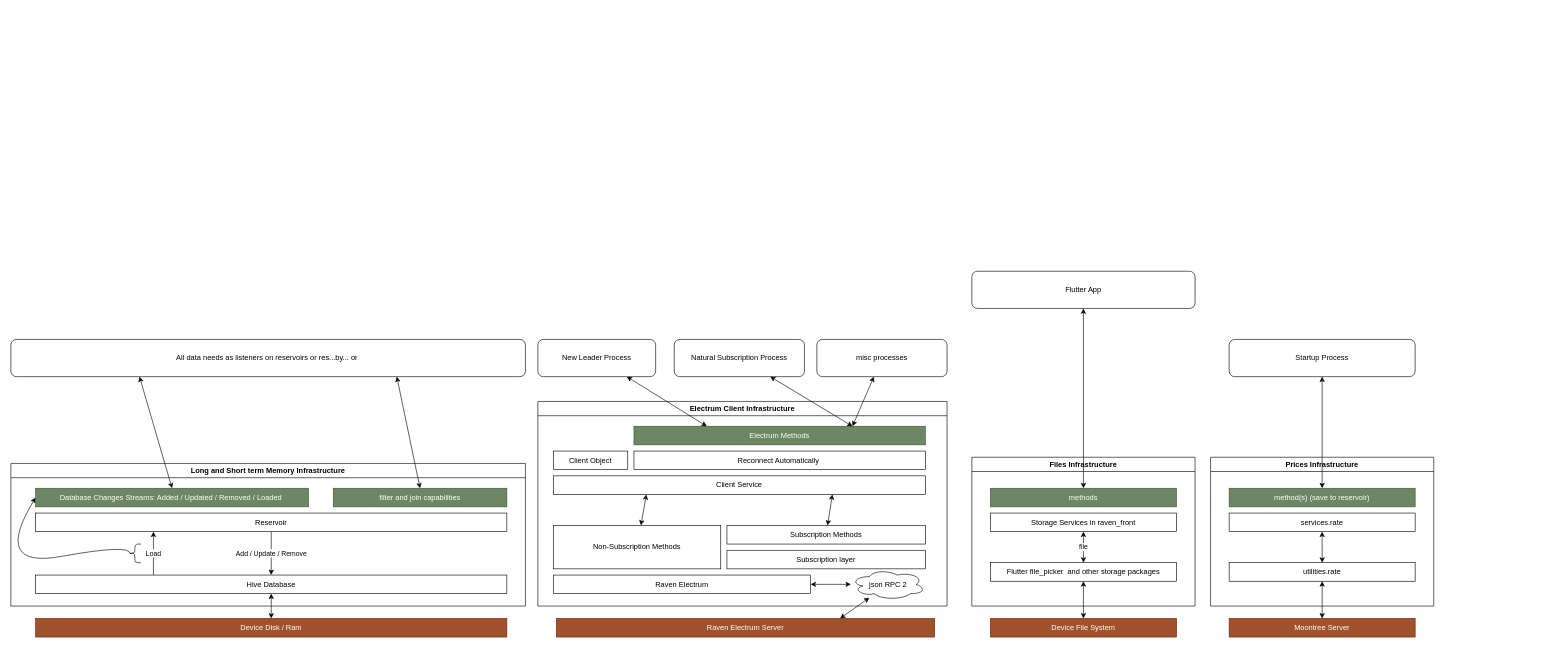
The draw.io diagram raven_back/docs/diagrams/architecture/infrastructure.drawio in moontreeapp/moontree, before the edit. Source tidied: cells renumbered, new cells numbered last; positions are measured from the earlier drawing's top-left corner, leaving out a move shared by most shapes. Both pictures are drawn from the tidied source at 62%, with x=0, y=0 at pixel (-8, 271).
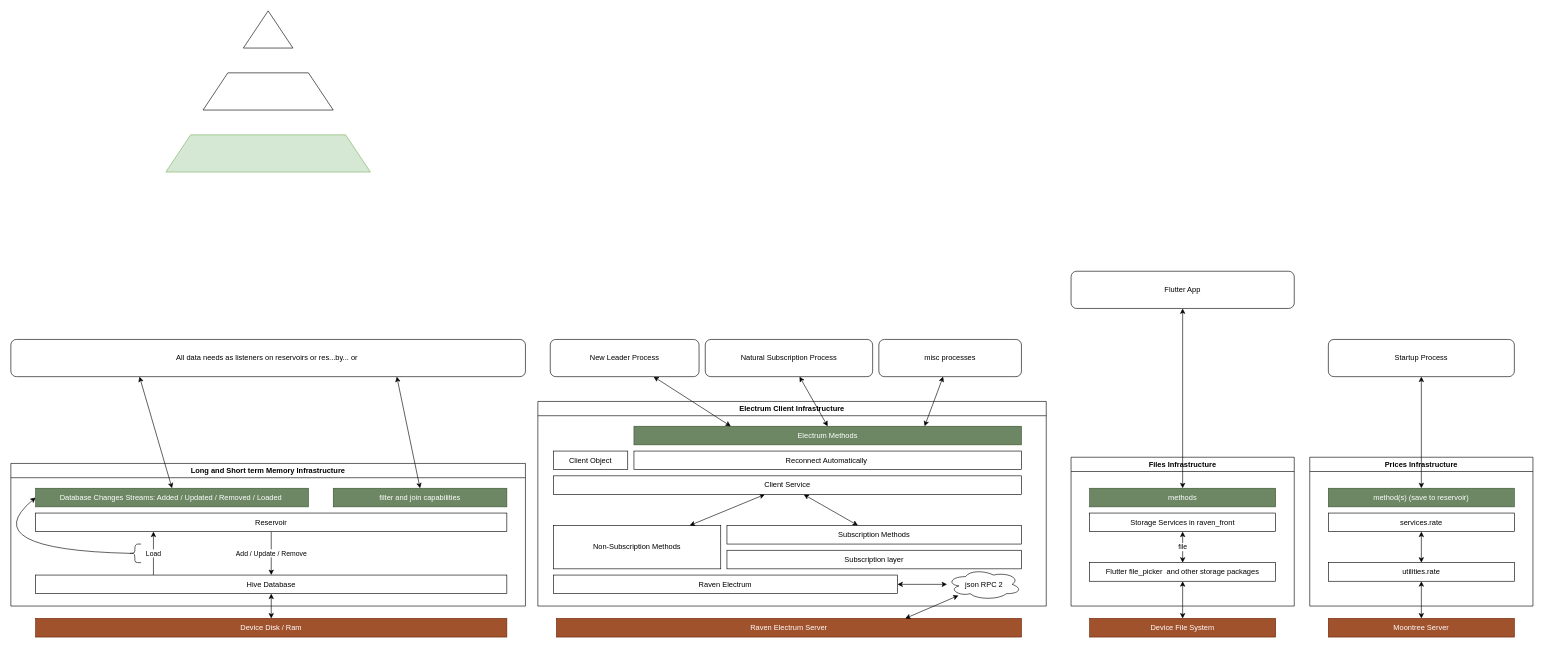
After the change.

The change refers to these unchanged cells:
```xml
<mxCell id="3" value="Long and Short term Memory Infrastructure" style="swimlane;" parent="1" vertex="1">
  <mxGeometry x="30" y="310" width="830" height="230" as="geometry" />
</mxCell>
<mxCell id="9" style="shape=curlyBracket;whiteSpace=wrap;html=1;rounded=1;" parent="3" vertex="1">
  <mxGeometry x="190" y="130" width="20" height="30" as="geometry" />
</mxCell>
<mxCell id="10" value="Database Changes Streams: Added / Updated / Removed / Loaded&amp;nbsp;" style="rounded=0;whiteSpace=wrap;html=1;fillColor=#6d8764;fontColor=#ffffff;strokeColor=#3A5431;" parent="3" vertex="1">
  <mxGeometry x="40" y="40" width="440" height="30" as="geometry" />
</mxCell>
<mxCell id="17" value="Non-Subscription Methods" style="rounded=0;whiteSpace=wrap;html=1;" parent="12" vertex="1">
  <mxGeometry x="25" y="200" width="270" height="70" as="geometry" />
</mxCell>
```

The edit, as a diff of the source:
```diff
@@
     <mxCell id="8" style="curved=1;endArrow=classic;html=1;entryX=0;entryY=0.5;entryDx=0;entryDy=0;exitX=0.1;exitY=0.5;exitDx=0;exitDy=0;exitPerimeter=0;" parent="3" edge="1" source="9" target="10">
       <mxGeometry relative="1" as="geometry">
         <Array as="points">
-          <mxPoint x="192" y="130" />
-          <mxPoint x="-30" y="170" />
+          <mxPoint x="-60" y="139" />
         </Array>
       </mxGeometry>
     </mxCell>
@@
     <mxCell id="12" value="Electrum Client Infrastructure" style="swimlane;" parent="1" vertex="1">
-      <mxGeometry x="880" y="210" width="660" height="330" as="geometry" />
+      <mxGeometry x="880" y="210" width="820" height="330" as="geometry" />
     </mxCell>
@@
     <mxCell id="14" value="Raven Electrum" style="rounded=0;whiteSpace=wrap;html=1;" parent="12" vertex="1">
-      <mxGeometry x="25" y="280" width="415" height="30" as="geometry" />
+      <mxGeometry x="25" y="280" width="555" height="30" as="geometry" />
     </mxCell>
     <mxCell id="15" value="json RPC 2" style="ellipse;shape=cloud;whiteSpace=wrap;html=1;" parent="12" vertex="1">
-      <mxGeometry x="505" y="270" width="120" height="50" as="geometry" />
+      <mxGeometry x="660" y="270" width="120" height="50" as="geometry" />
     </mxCell>
     <mxCell id="16" value="Subscription layer" style="rounded=0;whiteSpace=wrap;html=1;" parent="12" vertex="1">
-      <mxGeometry x="305" y="240" width="320" height="30" as="geometry" />
+      <mxGeometry x="305" y="240" width="475" height="30" as="geometry" />
     </mxCell>
@@
     <mxCell id="18" value="Subscription Methods" style="rounded=0;whiteSpace=wrap;html=1;" parent="12" vertex="1">
-      <mxGeometry x="305" y="200" width="320" height="30" as="geometry" />
+      <mxGeometry x="305" y="200" width="475" height="30" as="geometry" />
     </mxCell>
-    <mxCell id="19" style="edgeStyle=none;html=1;exitX=0.25;exitY=1;exitDx=0;exitDy=0;startArrow=classic;startFill=1;" parent="12" edge="1" source="21" target="17">
+    <mxCell id="19" style="edgeStyle=none;html=1;startArrow=classic;startFill=1;" parent="12" edge="1" source="21" target="17">
       <mxGeometry relative="1" as="geometry" />
     </mxCell>
-    <mxCell id="20" style="edgeStyle=none;html=1;exitX=0.75;exitY=1;exitDx=0;exitDy=0;startArrow=classic;startFill=1;" parent="12" edge="1" source="21" target="18">
+    <mxCell id="20" style="edgeStyle=none;html=1;startArrow=classic;startFill=1;" parent="12" edge="1" source="21" target="18">
       <mxGeometry relative="1" as="geometry" />
     </mxCell>
     <mxCell id="21" value="Client Service" style="rounded=0;whiteSpace=wrap;html=1;" parent="12" vertex="1">
-      <mxGeometry x="25" y="120" width="600" height="30" as="geometry" />
+      <mxGeometry x="25" y="120" width="755" height="30" as="geometry" />
     </mxCell>
@@
     <mxCell id="23" value="Reconnect Automatically&amp;nbsp;" style="rounded=0;whiteSpace=wrap;html=1;" parent="12" vertex="1">
-      <mxGeometry x="155" y="80" width="470" height="30" as="geometry" />
+      <mxGeometry x="155" y="80" width="625" height="30" as="geometry" />
     </mxCell>
     <mxCell id="24" value="Electrum Methods" style="rounded=0;whiteSpace=wrap;html=1;fillColor=#6d8764;fontColor=#ffffff;strokeColor=#3A5431;" parent="12" vertex="1">
-      <mxGeometry x="155" y="40" width="470" height="30" as="geometry" />
+      <mxGeometry x="155" y="40" width="625" height="30" as="geometry" />
     </mxCell>
     <mxCell id="25" value="Raven Electrum Server" style="rounded=0;whiteSpace=wrap;html=1;fillColor=#a0522d;fontColor=#ffffff;strokeColor=#6D1F00;" parent="1" vertex="1">
-      <mxGeometry x="910" y="560" width="610" height="30" as="geometry" />
+      <mxGeometry x="910" y="560" width="750" height="30" as="geometry" />
     </mxCell>
@@
-    <mxCell id="30" style="edgeStyle=none;html=1;startArrow=classic;startFill=1;exitX=0.75;exitY=0;exitDx=0;exitDy=0;" parent="1" edge="1" source="24" target="32">
+    <mxCell id="30" style="edgeStyle=none;html=1;startArrow=classic;startFill=1;exitX=0.5;exitY=0;exitDx=0;exitDy=0;" parent="1" edge="1" source="24" target="32">
       <mxGeometry relative="1" as="geometry" />
     </mxCell>
@@
     <mxCell id="32" value="Natural Subscription Process" style="rounded=1;whiteSpace=wrap;html=1;" parent="1" vertex="1">
-      <mxGeometry x="1100" y="110" width="210" height="60" as="geometry" />
+      <mxGeometry x="1150" y="110" width="270" height="60" as="geometry" />
     </mxCell>
     <mxCell id="33" value="New Leader Process" style="rounded=1;whiteSpace=wrap;html=1;" parent="1" vertex="1">
-      <mxGeometry x="880" y="110" width="190" height="60" as="geometry" />
+      <mxGeometry x="900" y="110" width="240" height="60" as="geometry" />
     </mxCell>
     <mxCell id="34" value="misc processes" style="rounded=1;whiteSpace=wrap;html=1;" parent="1" vertex="1">
-      <mxGeometry x="1330" y="110" width="210" height="60" as="geometry" />
+      <mxGeometry x="1430" y="110" width="230" height="60" as="geometry" />
     </mxCell>
@@
     <mxCell id="38" value="Files Infrastructure" style="swimlane;" parent="1" vertex="1">
-      <mxGeometry x="1580" y="300" width="360" height="240" as="geometry" />
+      <mxGeometry x="1740" y="300" width="360" height="240" as="geometry" />
     </mxCell>
@@
     <mxCell id="43" value="Device File System" style="rounded=0;whiteSpace=wrap;html=1;fillColor=#a0522d;fontColor=#ffffff;strokeColor=#6D1F00;" parent="1" vertex="1">
-      <mxGeometry x="1610" y="560" width="300" height="30" as="geometry" />
+      <mxGeometry x="1770" y="560" width="300" height="30" as="geometry" />
     </mxCell>
@@
     <mxCell id="45" value="Flutter App" style="rounded=1;whiteSpace=wrap;html=1;" parent="1" vertex="1">
-      <mxGeometry x="1580" width="360" height="60" as="geometry" />
+      <mxGeometry x="1740" width="360" height="60" as="geometry" />
     </mxCell>
     <mxCell id="46" value="Prices Infrastructure" style="swimlane;" parent="1" vertex="1">
-      <mxGeometry x="1965" y="300" width="360" height="240" as="geometry" />
+      <mxGeometry x="2125" y="300" width="360" height="240" as="geometry" />
     </mxCell>
@@
     <mxCell id="51" value="Moontree Server" style="rounded=0;whiteSpace=wrap;html=1;fillColor=#a0522d;fontColor=#ffffff;strokeColor=#6D1F00;" parent="1" vertex="1">
-      <mxGeometry x="1995" y="560" width="300" height="30" as="geometry" />
+      <mxGeometry x="2155" y="560" width="300" height="30" as="geometry" />
     </mxCell>
@@
     <mxCell id="53" value="Startup Process" style="rounded=1;whiteSpace=wrap;html=1;" parent="1" vertex="1">
-      <mxGeometry x="1995" y="110" width="300" height="60" as="geometry" />
+      <mxGeometry x="2155" y="110" width="300" height="60" as="geometry" />
     </mxCell>
@@
+    <mxCell id="55" style="triangle;whiteSpace=wrap;html=1;rotation=-90;" parent="1" vertex="1">
+      <mxGeometry x="415" y="-430" width="60" height="80" as="geometry" />
+    </mxCell>
+    <mxCell id="56" style="shape=trapezoid;perimeter=trapezoidPerimeter;whiteSpace=wrap;html=1;fixedSize=1;size=40;" parent="1" vertex="1">
+      <mxGeometry x="340" y="-320" width="210" height="60" as="geometry" />
+    </mxCell>
+    <mxCell id="57" style="shape=trapezoid;perimeter=trapezoidPerimeter;whiteSpace=wrap;html=1;fixedSize=1;size=40;fillColor=#d5e8d4;strokeColor=#82b366;" parent="1" vertex="1">
+      <mxGeometry x="280" y="-220" width="330" height="60" as="geometry" />
+    </mxCell>
```
